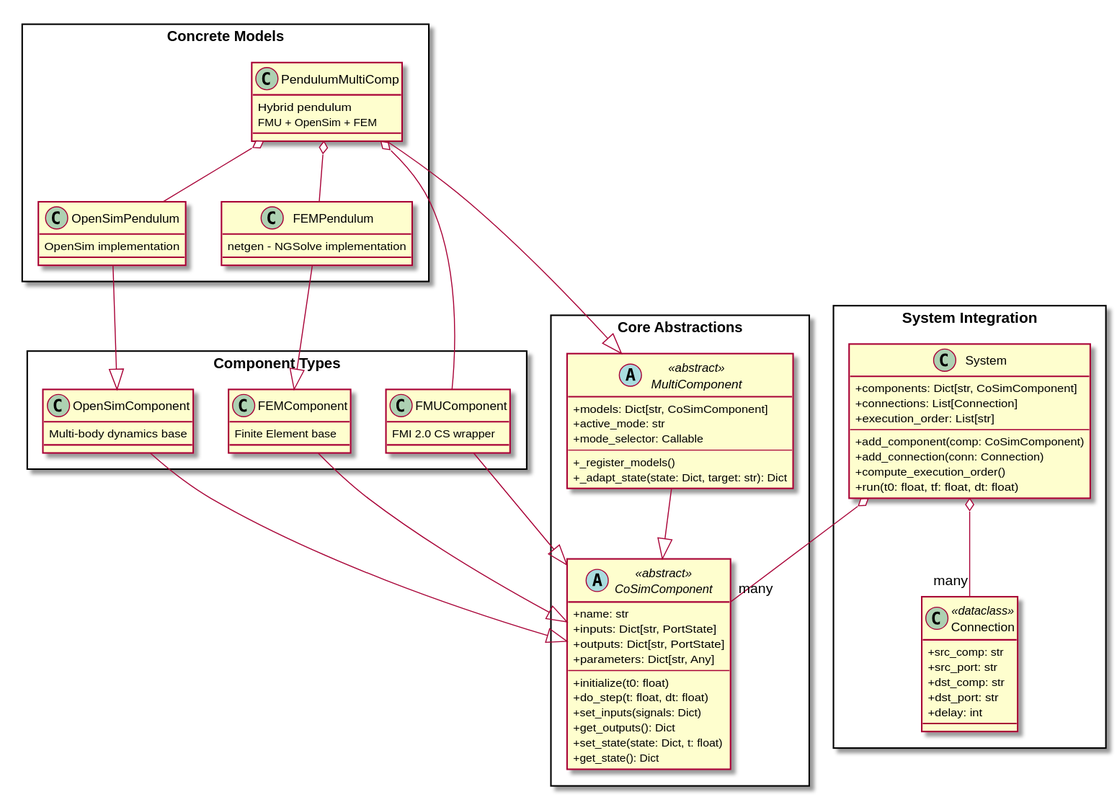
The PlantUML diagram docs/diagrams/out/SysSimX_Simplified.svg in FlorianFrech/SystemSimulation, before a commit.
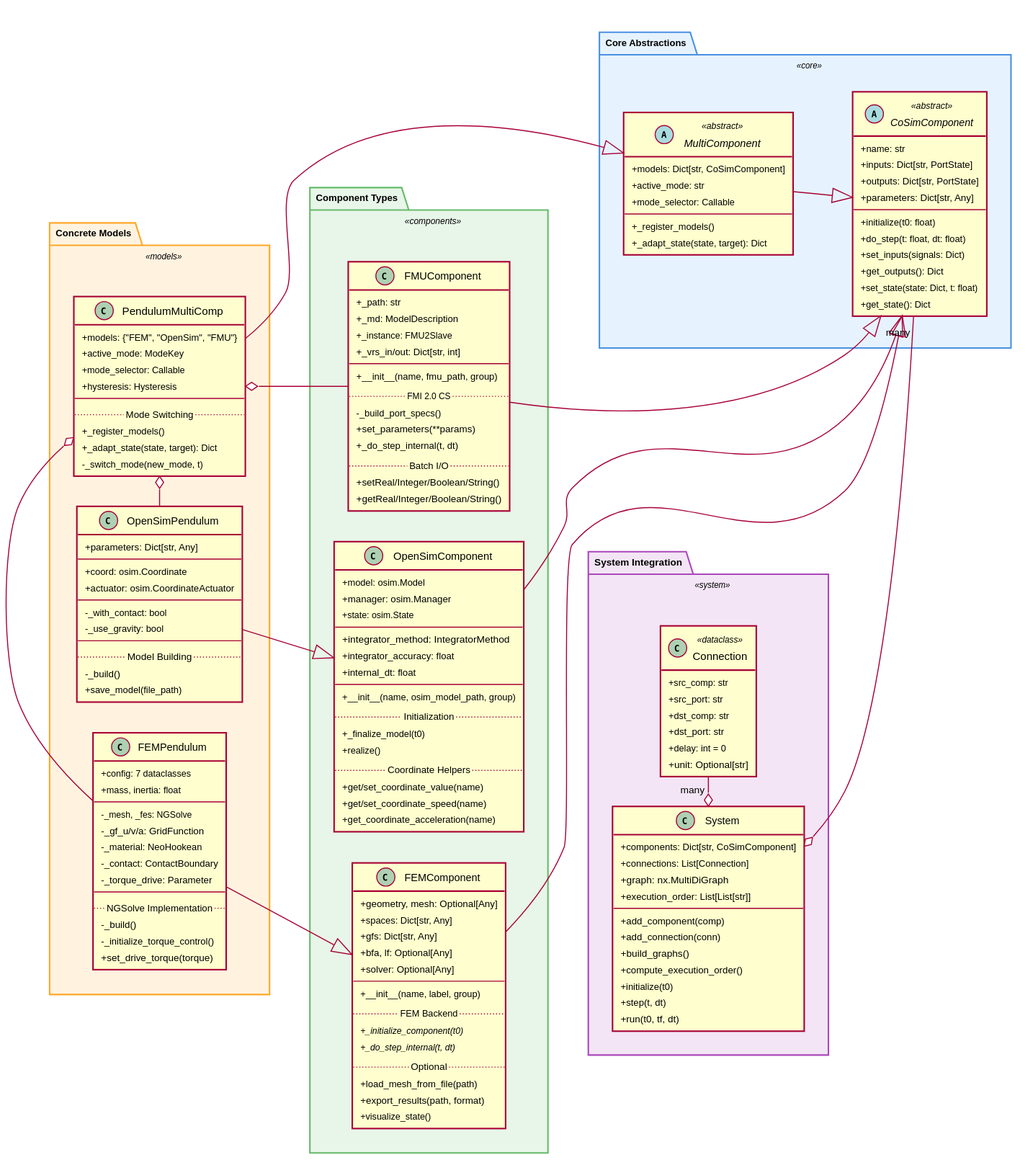
After the change.

The edit, as a diff of the source:
```diff
@@ -1,11 +1,38 @@
 @startuml SysSimX_Simplified
 
 
-skinparam packageStyle rectangle
+
 skinparam classAttributeIconSize 0
+skinparam padding 2
+skinparam defaultFontSize 9
+skinparam classFontSize 10
+skinparam nodesep 30
+skinparam ranksep 30
+
+skinparam backgroundColor white
+
+skinparam shadowing false
+
+hide empty members
+
+skinparam package {
+    BackgroundColor<<core>> #E6F3FF
+    BorderColor<<core>> #4A90E2
+
+    BackgroundColor<<components>> #E8F5E9
+    BorderColor<<components>> #66BB6A
+
+    BackgroundColor<<models>> #FFF3E0
+    BorderColor<<models>> #FFA726
+
+    BackgroundColor<<system>> #F3E5F5
+    BorderColor<<system>> #AB47BC
+}
+
+left to right direction
 
 
-package "Core Abstractions" {
+package "Core Abstractions" <<core>> {
     abstract class CoSimComponent <<abstract>> {
         + name: str
         + inputs: Dict[str, PortState]
@@ -26,74 +53,152 @@
         + mode_selector: Callable
         --
         + _register_models()
-        + _adapt_state(state: Dict, target: str): Dict
+        + _adapt_state(state, target): Dict
     }
 
-    MultiComponent --|> CoSimComponent
+    MultiComponent -down-|> CoSimComponent
 }
 
-package "Component Types" {
+package "Component Types" <<components>> {
     class FMUComponent {
-        FMI 2.0 CS wrapper
+        + _path: str
+        + _md: ModelDescription
+        + _instance: FMU2Slave
+        + _vrs_in/out: Dict[str, int]
+        --
+        + __init__(name, fmu_path, group)
+        .. FMI 2.0 CS ..
+        - _build_port_specs()
+        + set_parameters(**params)
+        + _do_step_internal(t, dt)
+        .. Batch I/O ..
+        + setReal/Integer/Boolean/String()
+        + getReal/Integer/Boolean/String()
     }
 
     class FEMComponent {
-        Finite Element base
+        + geometry, mesh: Optional[Any]
+        + spaces: Dict[str, Any]
+        + gfs: Dict[str, Any]
+        + bfa, lf: Optional[Any]
+        + solver: Optional[Any]
+        --
+        + __init__(name, label, group)
+        .. FEM Backend ..
+        {abstract} + _initialize_component(t0)
+        {abstract} + _do_step_internal(t, dt)
+        .. Optional ..
+        + load_mesh_from_file(path)
+        + export_results(path, format)
+        + visualize_state()
     }
 
     class OpenSimComponent {
-        Multi-body dynamics base
+        + model: osim.Model
+        + manager: osim.Manager
+        + state: osim.State
+        --
+        + integrator_method: IntegratorMethod
+        + integrator_accuracy: float
+        + internal_dt: float
+        --
+        + __init__(name, osim_model_path, group)
+        .. Initialization ..
+        + _finalize_model(t0)
+        + realize()
+        .. Coordinate Helpers ..
+        + get/set_coordinate_value(name)
+        + get/set_coordinate_speed(name)
+        + get_coordinate_acceleration(name)
     }
 
-    FMUComponent --|> CoSimComponent
-    FEMComponent --|> CoSimComponent
-    OpenSimComponent --|> CoSimComponent
+    FMUComponent -down-|> CoSimComponent
+    FEMComponent -down-|> CoSimComponent
+    OpenSimComponent -down-|> CoSimComponent
 }
 
-package "Concrete Models" {
+package "Concrete Models" <<models>> {
     class FEMPendulum {
-        netgen - NGSolve implementation
+        + config: 7 dataclasses
+        + mass, inertia: float
+        --
+        - _mesh, _fes: NGSolve
+        - _gf_u/v/a: GridFunction
+        - _material: NeoHookean
+        - _contact: ContactBoundary
+        - _torque_drive: Parameter
+        --
+        .. NGSolve Implementation ..
+        - _build()
+        - _initialize_torque_control()
+        + set_drive_torque(torque)
     }
 
     class OpenSimPendulum {
-        OpenSim implementation
+        + parameters: Dict[str, Any]
+        --
+        + coord: osim.Coordinate
+        + actuator: osim.CoordinateActuator
+        --
+        - _with_contact: bool
+        - _use_gravity: bool
+        --
+        .. Model Building ..
+        - _build()
+        + save_model(file_path)
     }
 
     class PendulumMultiComp {
-        Hybrid pendulum\nFMU + OpenSim + FEM
+        + models: {"FEM", "OpenSim", "FMU"}
+        + active_mode: ModeKey
+        + mode_selector: Callable
+        + hysteresis: Hysteresis
+        --
+        .. Mode Switching ..
+        + _register_models()
+        + _adapt_state(state, target): Dict
+        - _switch_mode(new_mode, t)
     }
 
-
-    FEMPendulum --|> FEMComponent
-    OpenSimPendulum --|> OpenSimComponent
-    PendulumMultiComp --|> MultiComponent
-    PendulumMultiComp o-- FEMPendulum
-    PendulumMultiComp o-- OpenSimPendulum
-    PendulumMultiComp o-- FMUComponent
+    FEMPendulum -down-|> FEMComponent
+    OpenSimPendulum -down-|> OpenSimComponent
+    PendulumMultiComp -down-|> MultiComponent
+    PendulumMultiComp o- FEMPendulum
+    PendulumMultiComp o- OpenSimPendulum
+    PendulumMultiComp o- FMUComponent
 }
 
-package "System Integration" {
+package "System Integration" <<system>> {
     class Connection <<dataclass>> {
         + src_comp: str
         + src_port: str
         + dst_comp: str
         + dst_port: str
-        + delay: int
+        + delay: int = 0
+        + unit: Optional[str]
     }
 
     class System {
         + components: Dict[str, CoSimComponent]
         + connections: List[Connection]
-        + execution_order: List[str]
+        + graph: nx.MultiDiGraph
+        + execution_order: List[List[str]]
         --
-        + add_component(comp: CoSimComponent)
-        + add_connection(conn: Connection)
+        + add_component(comp)
+        + add_connection(conn)
+        + build_graphs()
         + compute_execution_order()
-        + run(t0: float, tf: float, dt: float)
+        + initialize(t0)
+        + step(t, dt)
+        + run(t0, tf, dt)
     }
 
-    System o-- "many" CoSimComponent
-    System o-- "many" Connection
+    System o-right- "many" CoSimComponent
+    System o- "many" Connection
 }
 
+"Concrete Models" -[hidden]down- "Component Types"
+"Component Types" -[hidden]down- "Core Abstractions"
+"Core Abstractions" -[hidden]right- "System Integration"
+
 @enduml
```
